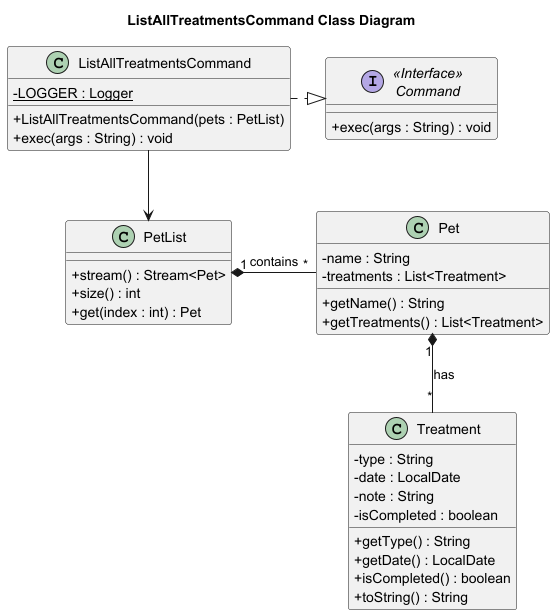
The PlantUML diagram docs/diagrams/ListAllTreatmentsCommand_Class_Diagram.png in Kevin88866/tp, before a commit.
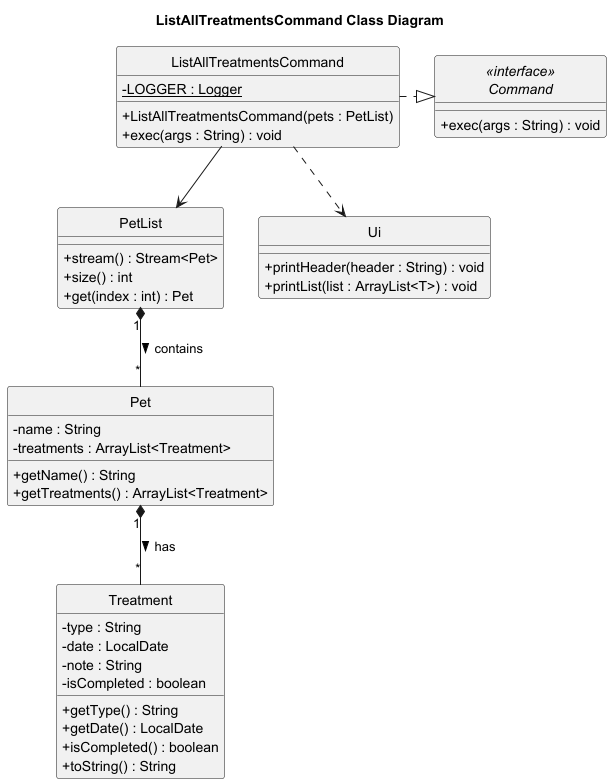
The same diagram one commit later.

Commit message:
Update class diagrams

Diff of the diagram source:
```diff
@@ -1,9 +1,10 @@
 @startuml
 skinparam classAttributeIconSize 0
+hide circle
 title ListAllTreatmentsCommand Class Diagram
 
 
-interface "<<Interface>>\nCommand" as Command {
+interface "<<interface>>\nCommand" as Command {
     + exec(args : String) : void
 }
 
@@ -21,9 +22,9 @@
 
 class Pet {
     - name : String
-    - treatments : List<Treatment>
+    - treatments : ArrayList<Treatment>
     + getName() : String
-    + getTreatments() : List<Treatment>
+    + getTreatments() : ArrayList<Treatment>
 }
 
 class Treatment {
@@ -37,9 +38,15 @@
     + toString() : String
 }
 
+class Ui {
+    + printHeader(header : String) : void
+    + printList(list : ArrayList<T>) : void
+}
+
 
 ListAllTreatmentsCommand .|> Command
 ListAllTreatmentsCommand --> PetList
-PetList "1" *- "*" Pet : contains
-Pet "1" *-- "*" Treatment : has
+ListAllTreatmentsCommand ..> Ui
+PetList "1" *-- "*" Pet : contains >
+Pet "1" *-- "*" Treatment : has >
 @enduml
```
